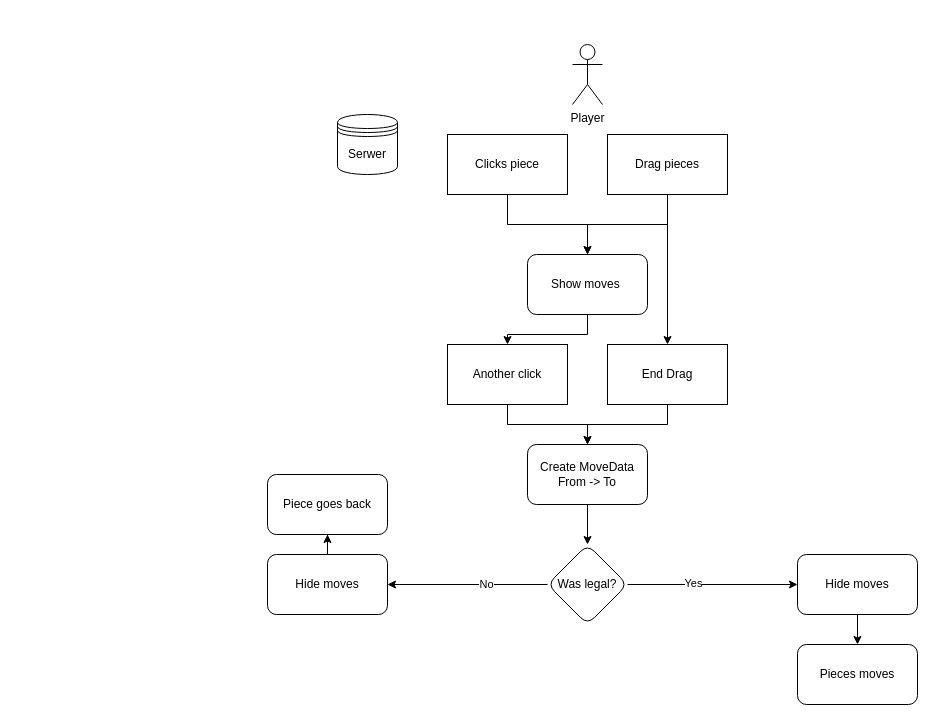
This is Diagrams/Chess block scheme.drawio from Netherman2440/HelpfulCode, a draw.io file, before an edit. Source tidied: cells renumbered, new cells numbered last; positions are measured from the earlier drawing's top-left corner, leaving out a move shared by most shapes. Both pictures are drawn from the tidied source at 100%, with x=0, y=0 at pixel (267, 44).
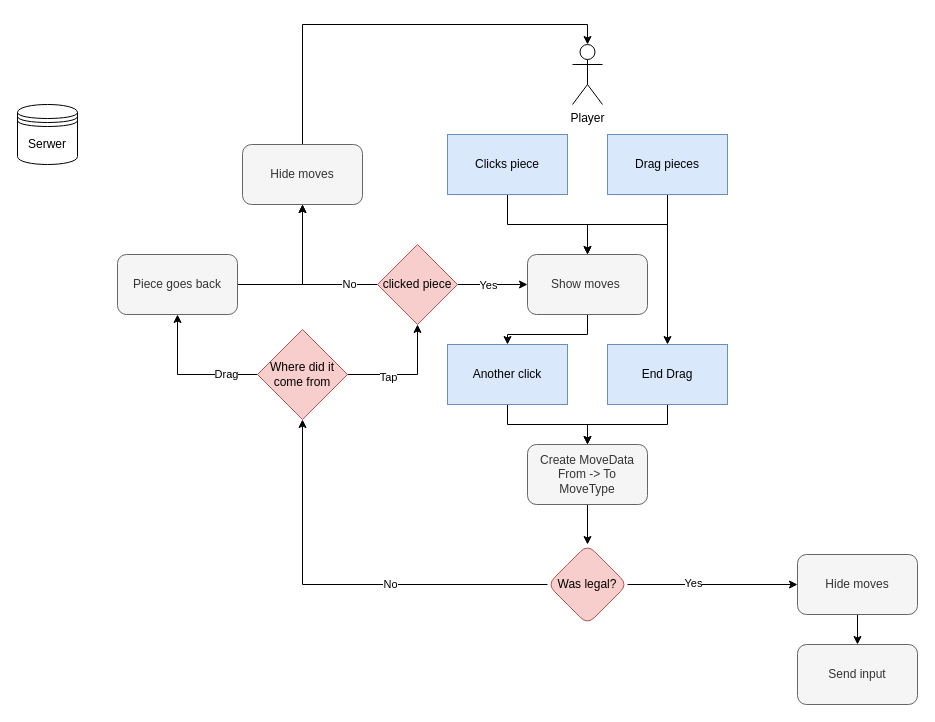
After the change.

Unchanged cells that the change refers to:
```xml
<mxCell id="4" value="Player" style="shape=umlActor;verticalLabelPosition=bottom;verticalAlign=top;html=1;outlineConnect=0;" parent="1" vertex="1">
  <mxGeometry x="305" width="30" height="60" as="geometry" />
</mxCell>
```

Change to the diagram source:
```diff
@@
-    <mxCell id="3" value="Show moves&amp;nbsp;" style="rounded=1;whiteSpace=wrap;html=1;" parent="1" vertex="1">
+    <mxCell id="3" value="Show moves&amp;nbsp;" style="rounded=1;whiteSpace=wrap;html=1;fillColor=#f5f5f5;fontColor=#333333;strokeColor=#666666;" parent="1" vertex="1">
       <mxGeometry x="260" y="210" width="120" height="60" as="geometry" />
     </mxCell>
@@
     <mxCell id="5" value="Serwer" style="shape=datastore;whiteSpace=wrap;html=1;" parent="1" vertex="1">
-      <mxGeometry x="70" y="70" width="60" height="60" as="geometry" />
+      <mxGeometry x="-250" y="60" width="60" height="60" as="geometry" />
     </mxCell>
-    <mxCell id="6" style="edgeStyle=orthogonalEdgeStyle;rounded=0;jettySize=auto;html=1;" parent="1" edge="1" source="10" target="23">
+    <mxCell id="6" style="edgeStyle=orthogonalEdgeStyle;rounded=0;jettySize=auto;html=1;" parent="1" edge="1" source="10" target="32">
       <mxGeometry relative="1" as="geometry" />
     </mxCell>
@@
-    <mxCell id="10" value="Was legal?" style="rhombus;whiteSpace=wrap;html=1;rounded=1;" parent="1" vertex="1">
+    <mxCell id="10" value="Was legal?" style="rhombus;whiteSpace=wrap;html=1;rounded=1;fillColor=#f8cecc;strokeColor=#b85450;" parent="1" vertex="1">
       <mxGeometry x="280" y="500" width="80" height="80" as="geometry" />
     </mxCell>
@@
-    <mxCell id="12" value="Clicks piece" style="rounded=0;whiteSpace=wrap;html=1;" parent="1" vertex="1">
+    <mxCell id="12" value="Clicks piece" style="rounded=0;whiteSpace=wrap;html=1;fillColor=#dae8fc;strokeColor=#6c8ebf;" parent="1" vertex="1">
       <mxGeometry x="180" y="90" width="120" height="60" as="geometry" />
     </mxCell>
@@
-    <mxCell id="15" value="Drag pieces" style="rounded=0;whiteSpace=wrap;html=1;" parent="1" vertex="1">
+    <mxCell id="15" value="Drag pieces" style="rounded=0;whiteSpace=wrap;html=1;fillColor=#dae8fc;strokeColor=#6c8ebf;" parent="1" vertex="1">
       <mxGeometry x="340" y="90" width="120" height="60" as="geometry" />
     </mxCell>
@@
-    <mxCell id="17" value="Another click" style="rounded=0;whiteSpace=wrap;html=1;" parent="1" vertex="1">
+    <mxCell id="17" value="Another click" style="rounded=0;whiteSpace=wrap;html=1;fillColor=#dae8fc;strokeColor=#6c8ebf;" parent="1" vertex="1">
       <mxGeometry x="180" y="300" width="120" height="60" as="geometry" />
     </mxCell>
@@
-    <mxCell id="19" value="End Drag" style="rounded=0;whiteSpace=wrap;html=1;" parent="1" vertex="1">
+    <mxCell id="19" value="End Drag" style="rounded=0;whiteSpace=wrap;html=1;fillColor=#dae8fc;strokeColor=#6c8ebf;" parent="1" vertex="1">
       <mxGeometry x="340" y="300" width="120" height="60" as="geometry" />
     </mxCell>
@@
-    <mxCell id="21" value="Create MoveData&lt;br&gt;From -&amp;gt; To" style="rounded=1;whiteSpace=wrap;html=1;" parent="1" vertex="1">
+    <mxCell id="21" value="Create MoveData&lt;br&gt;From -&amp;gt; To&lt;br&gt;MoveType" style="rounded=1;whiteSpace=wrap;html=1;fillColor=#f5f5f5;fontColor=#333333;strokeColor=#666666;" parent="1" vertex="1">
       <mxGeometry x="260" y="400" width="120" height="60" as="geometry" />
     </mxCell>
-    <mxCell id="22" style="edgeStyle=orthogonalEdgeStyle;rounded=0;jettySize=auto;html=1;" parent="1" edge="1" source="23" target="26">
-      <mxGeometry relative="1" as="geometry" />
-    </mxCell>
-    <mxCell id="23" value="Hide moves" style="whiteSpace=wrap;html=1;rounded=1;" parent="1" vertex="1">
-      <mxGeometry y="510" width="120" height="60" as="geometry" />
-    </mxCell>
@@
-    <mxCell id="25" value="Hide moves" style="whiteSpace=wrap;html=1;rounded=1;" parent="1" vertex="1">
+    <mxCell id="25" value="Hide moves" style="whiteSpace=wrap;html=1;rounded=1;fillColor=#f5f5f5;fontColor=#333333;strokeColor=#666666;" parent="1" vertex="1">
       <mxGeometry x="530" y="510" width="120" height="60" as="geometry" />
     </mxCell>
+    <mxCell id="27" value="Send input&lt;br&gt;" style="whiteSpace=wrap;html=1;rounded=1;fillColor=#f5f5f5;fontColor=#333333;strokeColor=#666666;" parent="1" vertex="1">
+      <mxGeometry x="530" y="600" width="120" height="60" as="geometry" />
+    </mxCell>
+    <mxCell id="28" style="edgeStyle=orthogonalEdgeStyle;rounded=0;jettySize=auto;html=1;entryX=0.5;entryY=1;entryDx=0;entryDy=0;" parent="1" edge="1" source="32" target="26">
+      <mxGeometry relative="1" as="geometry">
+        <Array as="points">
+          <mxPoint x="-90" y="330" />
+          <mxPoint x="-90" y="270" />
+        </Array>
+      </mxGeometry>
+    </mxCell>
+    <mxCell id="29" value="Drag" style="edgeLabel;html=1;align=center;verticalAlign=middle;" parent="28" vertex="1">
+      <mxGeometry x="-0.54" y="-1" relative="1" as="geometry" />
+    </mxCell>
+    <mxCell id="30" style="edgeStyle=orthogonalEdgeStyle;rounded=0;jettySize=auto;html=1;" parent="1" edge="1" source="32" target="38">
+      <mxGeometry relative="1" as="geometry">
+        <Array as="points">
+          <mxPoint x="150" y="330" />
+        </Array>
+      </mxGeometry>
+    </mxCell>
+    <mxCell id="31" value="Tap" style="edgeLabel;html=1;align=center;verticalAlign=middle;" parent="30" vertex="1">
+      <mxGeometry x="-0.33" y="-2" relative="1" as="geometry" />
+    </mxCell>
+    <mxCell id="32" value="Where did it come from" style="rhombus;whiteSpace=wrap;html=1;fillColor=#f8cecc;strokeColor=#b85450;" parent="1" vertex="1">
+      <mxGeometry x="-10" y="285" width="90" height="90" as="geometry" />
+    </mxCell>
+    <mxCell id="33" style="edgeStyle=orthogonalEdgeStyle;rounded=0;jettySize=auto;html=1;" parent="1" edge="1" source="26" target="23">
+      <mxGeometry relative="1" as="geometry" />
+    </mxCell>
-    <mxCell id="26" value="Piece goes back" style="whiteSpace=wrap;html=1;rounded=1;" parent="1" vertex="1">
-      <mxGeometry y="430" width="120" height="60" as="geometry" />
+    <mxCell id="26" value="Piece goes back" style="rounded=1;whiteSpace=wrap;html=1;fillColor=#f5f5f5;fontColor=#333333;strokeColor=#666666;" parent="1" vertex="1">
+      <mxGeometry x="-150" y="210" width="120" height="60" as="geometry" />
     </mxCell>
-    <mxCell id="27" value="Pieces moves" style="whiteSpace=wrap;html=1;rounded=1;" parent="1" vertex="1">
-      <mxGeometry x="530" y="600" width="120" height="60" as="geometry" />
-    </mxCell>
+    <mxCell id="34" style="edgeStyle=orthogonalEdgeStyle;rounded=0;jettySize=auto;html=1;" parent="1" edge="1" source="38" target="3">
+      <mxGeometry relative="1" as="geometry" />
+    </mxCell>
+    <mxCell id="35" value="Yes" style="edgeLabel;html=1;align=center;verticalAlign=middle;" parent="34" vertex="1">
+      <mxGeometry x="-0.14" relative="1" as="geometry" />
+    </mxCell>
+    <mxCell id="36" style="edgeStyle=orthogonalEdgeStyle;rounded=0;jettySize=auto;html=1;" parent="1" edge="1" source="38" target="23">
+      <mxGeometry relative="1" as="geometry" />
+    </mxCell>
+    <mxCell id="37" value="No" style="edgeLabel;html=1;align=center;verticalAlign=middle;" parent="36" vertex="1">
+      <mxGeometry x="-0.63" y="-1" relative="1" as="geometry" />
+    </mxCell>
+    <mxCell id="38" value="clicked piece" style="rhombus;whiteSpace=wrap;html=1;fillColor=#f8cecc;strokeColor=#b85450;" parent="1" vertex="1">
+      <mxGeometry x="110" y="200" width="80" height="80" as="geometry" />
+    </mxCell>
+    <mxCell id="39" style="edgeStyle=orthogonalEdgeStyle;rounded=0;jettySize=auto;html=1;entryX=0.5;entryY=0;entryDx=0;entryDy=0;entryPerimeter=0;" parent="1" edge="1" source="23" target="4">
+      <mxGeometry relative="1" as="geometry">
+        <Array as="points">
+          <mxPoint x="35" y="-20" />
+          <mxPoint x="320" y="-20" />
+        </Array>
+      </mxGeometry>
+    </mxCell>
+    <mxCell id="23" value="Hide moves" style="whiteSpace=wrap;html=1;rounded=1;fillColor=#f5f5f5;fontColor=#333333;strokeColor=#666666;" parent="1" vertex="1">
+      <mxGeometry x="-25" y="100" width="120" height="60" as="geometry" />
+    </mxCell>
```
